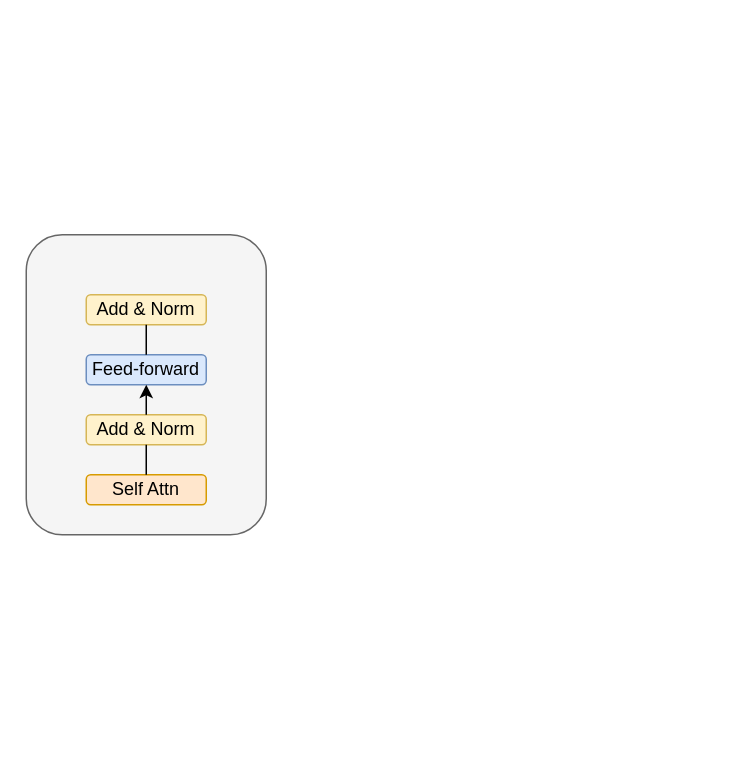
GeiduanLiu/Q-Learning-for-Cartpole-V1 keeps this draw.io diagram as Untitled Diagram.drawio. Above is the earlier version. Source tidied: cells renumbered, new cells numbered last; positions are measured from the earlier drawing's top-left corner, leaving out a move shared by most shapes. Both pictures are drawn from the tidied source at 150%, with x=0, y=0 at pixel (26, 234).
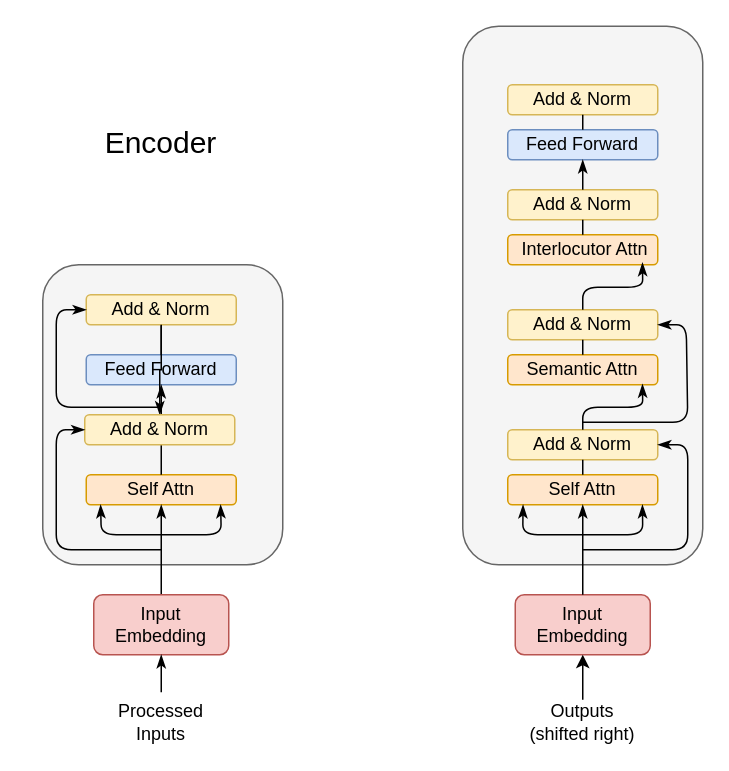
The same diagram, later.

What changed in the source:
```diff
@@
     <mxCell id="2" style="rounded=1;whiteSpace=wrap;html=1;fillColor=#f5f5f5;strokeColor=#666666;fontColor=#333333;" parent="1" vertex="1">
-      <mxGeometry width="160" height="200" as="geometry" />
+      <mxGeometry x="11" y="20" width="160" height="200" as="geometry" />
     </mxCell>
     <mxCell id="3" value="Self Attn" style="rounded=1;whiteSpace=wrap;html=1;fillColor=#ffe6cc;strokeColor=#d79b00;" parent="1" vertex="1">
-      <mxGeometry x="40" y="160" width="80" height="20" as="geometry" />
+      <mxGeometry x="40" y="160" width="100" height="20" as="geometry" />
     </mxCell>
-    <mxCell id="4" value="Add &amp;amp; Norm" style="rounded=1;whiteSpace=wrap;html=1;fillColor=#fff2cc;strokeColor=#d6b656;" parent="1" vertex="1">
-      <mxGeometry x="40" y="120" width="80" height="20" as="geometry" />
-    </mxCell>
-    <mxCell id="5" value="Feed-forward" style="rounded=1;whiteSpace=wrap;html=1;fillColor=#dae8fc;strokeColor=#6c8ebf;" parent="1" vertex="1">
-      <mxGeometry x="40" y="80" width="80" height="20" as="geometry" />
+    <mxCell id="5" value="Feed Forward" style="rounded=1;whiteSpace=wrap;html=1;fillColor=#dae8fc;strokeColor=#6c8ebf;" parent="1" vertex="1">
+      <mxGeometry x="40" y="80" width="100" height="20" as="geometry" />
     </mxCell>
+    <mxCell id="10" style="edgeStyle=orthogonalEdgeStyle;rounded=0;jettySize=auto;html=1;fontSize=12;endArrow=classicThin;endFill=1;strokeWidth=1;" parent="1" edge="1" source="6" target="16">
+      <mxGeometry relative="1" as="geometry" />
+    </mxCell>
     <mxCell id="6" value="Add &amp;amp; Norm" style="rounded=1;whiteSpace=wrap;html=1;fillColor=#fff2cc;strokeColor=#d6b656;" parent="1" vertex="1">
-      <mxGeometry x="40" y="40" width="80" height="20" as="geometry" />
+      <mxGeometry x="40" y="40" width="100" height="20" as="geometry" />
     </mxCell>
-    <mxCell id="7" style="endArrow=none;html=1;exitX=0.5;exitY=0;exitDx=0;exitDy=0;entryX=0.5;entryY=1;entryDx=0;entryDy=0;" parent="1" edge="1" source="3" target="4">
-      <mxGeometry relative="1" as="geometry" />
+    <mxCell id="7" style="endArrow=none;html=1;exitX=0.5;exitY=0;exitDx=0;exitDy=0;entryX=0.5;entryY=1;entryDx=0;entryDy=0;" parent="1" edge="1" source="3">
+      <mxGeometry relative="1" as="geometry">
+        <mxPoint x="90" y="140" as="targetPoint" />
+      </mxGeometry>
     </mxCell>
-    <mxCell id="8" style="endArrow=classic;html=1;exitX=0.5;exitY=0;exitDx=0;exitDy=0;entryX=0.5;entryY=1;entryDx=0;entryDy=0;" parent="1" edge="1" source="4" target="5">
-      <mxGeometry relative="1" as="geometry" />
+    <mxCell id="8" style="endArrow=classicThin;html=1;exitX=0.5;exitY=0;exitDx=0;exitDy=0;entryX=0.5;entryY=1;entryDx=0;entryDy=0;endFill=1;" parent="1" edge="1" target="5">
+      <mxGeometry relative="1" as="geometry">
+        <mxPoint x="90" y="120" as="sourcePoint" />
+      </mxGeometry>
     </mxCell>
@@
+    <mxCell id="11" style="endArrow=classicThin;html=1;strokeWidth=1;entryX=0.5;entryY=1;entryDx=0;entryDy=0;endFill=1;exitX=0.5;exitY=0;exitDx=0;exitDy=0;" parent="1" edge="1" source="12" target="3">
+      <mxGeometry relative="1" as="geometry" />
+    </mxCell>
+    <mxCell id="12" value="Input Embedding" style="rounded=1;whiteSpace=wrap;html=1;fillColor=#f8cecc;strokeColor=#b85450;" parent="1" vertex="1">
+      <mxGeometry x="45" y="240" width="90" height="40" as="geometry" />
+    </mxCell>
+    <mxCell id="13" style="endArrow=classicThin;html=1;strokeWidth=1;entryX=0.5;entryY=1;entryDx=0;entryDy=0;endFill=1;" parent="1" edge="1" target="12">
+      <mxGeometry relative="1" as="geometry">
+        <mxPoint x="90" y="305" as="sourcePoint" />
+      </mxGeometry>
+    </mxCell>
+    <mxCell id="14" value="Processed Inputs" style="text;html=1;strokeColor=none;fillColor=none;align=center;verticalAlign=middle;whiteSpace=wrap;rounded=0;" parent="1" vertex="1">
+      <mxGeometry x="50" y="310" width="80" height="30" as="geometry" />
+    </mxCell>
+    <mxCell id="15" value="Encoder" style="text;html=1;strokeColor=none;fillColor=none;align=center;verticalAlign=middle;whiteSpace=wrap;rounded=0;fontSize=20;" parent="1" vertex="1">
+      <mxGeometry x="65" y="-72" width="50" height="20" as="geometry" />
+    </mxCell>
+    <mxCell id="16" value="Add &amp;amp; Norm" style="rounded=1;whiteSpace=wrap;html=1;fillColor=#fff2cc;strokeColor=#d6b656;" parent="1" vertex="1">
+      <mxGeometry x="39" y="120" width="100" height="20" as="geometry" />
+    </mxCell>
+    <mxCell id="17" style="endArrow=classicThin;html=1;fontSize=12;strokeWidth=1;entryX=0.096;entryY=1;entryDx=0;entryDy=0;entryPerimeter=0;endFill=1;" parent="1" edge="1" target="3">
+      <mxGeometry relative="1" as="geometry">
+        <mxPoint x="90" y="200" as="sourcePoint" />
+        <Array as="points">
+          <mxPoint x="50" y="200" />
+        </Array>
+      </mxGeometry>
+    </mxCell>
+    <mxCell id="18" style="endArrow=classicThin;html=1;fontSize=12;strokeWidth=1;entryX=0.896;entryY=1;entryDx=0;entryDy=0;entryPerimeter=0;endFill=1;" parent="1" edge="1" target="3">
+      <mxGeometry relative="1" as="geometry">
+        <mxPoint x="90" y="200" as="sourcePoint" />
+        <Array as="points">
+          <mxPoint x="130" y="200" />
+        </Array>
+      </mxGeometry>
+    </mxCell>
+    <mxCell id="19" style="endArrow=classicThin;html=1;fontSize=12;strokeWidth=1;entryX=0;entryY=0.5;entryDx=0;entryDy=0;endFill=1;" parent="1" edge="1" target="16">
+      <mxGeometry relative="1" as="geometry">
+        <mxPoint x="90" y="210" as="sourcePoint" />
+        <Array as="points">
+          <mxPoint x="20" y="210" />
+          <mxPoint x="20" y="130" />
+        </Array>
+      </mxGeometry>
+    </mxCell>
+    <mxCell id="20" style="endArrow=classicThin;html=1;fontSize=12;strokeWidth=1;entryX=0;entryY=0.5;entryDx=0;entryDy=0;endFill=1;" parent="1" edge="1" target="6">
+      <mxGeometry relative="1" as="geometry">
+        <mxPoint x="90" y="115" as="sourcePoint" />
+        <Array as="points">
+          <mxPoint x="20" y="115" />
+          <mxPoint x="20" y="50" />
+        </Array>
+      </mxGeometry>
+    </mxCell>
+    <mxCell id="21" style="rounded=1;whiteSpace=wrap;html=1;fillColor=#f5f5f5;strokeColor=#666666;fontColor=#333333;" parent="1" vertex="1">
+      <mxGeometry x="291" y="-139" width="160" height="359" as="geometry" />
+    </mxCell>
+    <mxCell id="22" value="Self Attn" style="rounded=1;whiteSpace=wrap;html=1;fillColor=#ffe6cc;strokeColor=#d79b00;" parent="1" vertex="1">
+      <mxGeometry x="321" y="160" width="100" height="20" as="geometry" />
+    </mxCell>
+    <mxCell id="23" value="Add &amp;amp; Norm" style="rounded=1;whiteSpace=wrap;html=1;fillColor=#fff2cc;strokeColor=#d6b656;" parent="1" vertex="1">
+      <mxGeometry x="321" y="130" width="100" height="20" as="geometry" />
+    </mxCell>
+    <mxCell id="24" value="Semantic Attn" style="rounded=1;whiteSpace=wrap;html=1;fillColor=#ffe6cc;strokeColor=#d79b00;" parent="1" vertex="1">
+      <mxGeometry x="321" y="80" width="100" height="20" as="geometry" />
+    </mxCell>
+    <mxCell id="25" value="Add &amp;amp; Norm" style="rounded=1;whiteSpace=wrap;html=1;fillColor=#fff2cc;strokeColor=#d6b656;" parent="1" vertex="1">
+      <mxGeometry x="321" y="50" width="100" height="20" as="geometry" />
+    </mxCell>
+    <mxCell id="26" value="&amp;nbsp;Interlocutor Attn" style="rounded=1;whiteSpace=wrap;html=1;fillColor=#ffe6cc;strokeColor=#d79b00;" parent="1" vertex="1">
+      <mxGeometry x="321" width="100" height="20" as="geometry" />
+    </mxCell>
+    <mxCell id="27" value="Add &amp;amp; Norm" style="rounded=1;whiteSpace=wrap;html=1;fillColor=#fff2cc;strokeColor=#d6b656;" parent="1" vertex="1">
+      <mxGeometry x="321" y="-30" width="100" height="20" as="geometry" />
+    </mxCell>
+    <mxCell id="28" value="Feed Forward" style="rounded=1;whiteSpace=wrap;html=1;fillColor=#dae8fc;strokeColor=#6c8ebf;" parent="1" vertex="1">
+      <mxGeometry x="321" y="-70" width="100" height="20" as="geometry" />
+    </mxCell>
+    <mxCell id="29" value="Add &amp;amp; Norm" style="rounded=1;whiteSpace=wrap;html=1;fillColor=#fff2cc;strokeColor=#d6b656;" parent="1" vertex="1">
+      <mxGeometry x="321" y="-100" width="100" height="20" as="geometry" />
+    </mxCell>
+    <mxCell id="30" style="endArrow=none;html=1;fontSize=12;strokeWidth=1;exitX=0.5;exitY=0;exitDx=0;exitDy=0;entryX=0.5;entryY=1;entryDx=0;entryDy=0;" parent="1" edge="1" source="22" target="23">
+      <mxGeometry relative="1" as="geometry" />
+    </mxCell>
+    <mxCell id="31" style="endArrow=none;html=1;fontSize=12;strokeWidth=1;exitX=0.5;exitY=0;exitDx=0;exitDy=0;entryX=0.5;entryY=1;entryDx=0;entryDy=0;" parent="1" edge="1" source="24" target="25">
+      <mxGeometry relative="1" as="geometry" />
+    </mxCell>
+    <mxCell id="32" style="endArrow=none;html=1;fontSize=12;strokeWidth=1;exitX=0.5;exitY=0;exitDx=0;exitDy=0;entryX=0.5;entryY=1;entryDx=0;entryDy=0;" parent="1" edge="1" source="26" target="27">
+      <mxGeometry relative="1" as="geometry" />
+    </mxCell>
+    <mxCell id="33" style="endArrow=none;html=1;fontSize=12;strokeWidth=1;exitX=0.5;exitY=0;exitDx=0;exitDy=0;entryX=0.5;entryY=1;entryDx=0;entryDy=0;" parent="1" edge="1" source="28" target="29">
+      <mxGeometry relative="1" as="geometry" />
+    </mxCell>
+    <mxCell id="34" style="endArrow=classicThin;html=1;fontSize=12;strokeWidth=1;exitX=0.5;exitY=0;exitDx=0;exitDy=0;entryX=0.898;entryY=0.93;entryDx=0;entryDy=0;endFill=1;entryPerimeter=0;" parent="1" edge="1" source="25" target="26">
+      <mxGeometry relative="1" as="geometry">
+        <Array as="points">
+          <mxPoint x="371" y="35" />
+          <mxPoint x="411" y="35" />
+        </Array>
+      </mxGeometry>
+    </mxCell>
+    <mxCell id="35" style="endArrow=classicThin;html=1;fontSize=12;strokeWidth=1;exitX=0.5;exitY=0;exitDx=0;exitDy=0;entryX=0.5;entryY=1;entryDx=0;entryDy=0;endFill=1;" parent="1" edge="1" source="27" target="28">
+      <mxGeometry relative="1" as="geometry" />
+    </mxCell>
+    <mxCell id="36" value="Input Embedding" style="rounded=1;whiteSpace=wrap;html=1;fillColor=#f8cecc;strokeColor=#b85450;" parent="1" vertex="1">
+      <mxGeometry x="326" y="240" width="90" height="40" as="geometry" />
+    </mxCell>
+    <mxCell id="37" value="Outputs (shifted right)" style="text;html=1;strokeColor=none;fillColor=none;align=center;verticalAlign=middle;whiteSpace=wrap;rounded=0;" parent="1" vertex="1">
+      <mxGeometry x="331" y="310" width="80" height="30" as="geometry" />
+    </mxCell>
+    <mxCell id="38" style="endArrow=classic;html=1;fontSize=12;strokeWidth=1;exitX=0.5;exitY=0;exitDx=0;exitDy=0;entryX=0.5;entryY=1;entryDx=0;entryDy=0;" parent="1" edge="1" source="37" target="36">
+      <mxGeometry relative="1" as="geometry" />
+    </mxCell>
+    <mxCell id="39" style="endArrow=classicThin;html=1;fontSize=12;strokeWidth=1;exitX=0.5;exitY=0;exitDx=0;exitDy=0;entryX=0.5;entryY=1;entryDx=0;entryDy=0;endFill=1;" parent="1" edge="1" source="36" target="22">
+      <mxGeometry relative="1" as="geometry" />
+    </mxCell>
+    <mxCell id="40" style="endArrow=classicThin;html=1;fontSize=12;strokeWidth=1;entryX=0.102;entryY=1;entryDx=0;entryDy=0;entryPerimeter=0;endFill=1;" parent="1" edge="1" target="22">
+      <mxGeometry relative="1" as="geometry">
+        <mxPoint x="371" y="200" as="sourcePoint" />
+        <Array as="points">
+          <mxPoint x="331" y="200" />
+        </Array>
+      </mxGeometry>
+    </mxCell>
+    <mxCell id="41" style="endArrow=classicThin;html=1;fontSize=12;strokeWidth=1;entryX=0.898;entryY=1;entryDx=0;entryDy=0;entryPerimeter=0;endFill=1;" parent="1" edge="1" target="22">
+      <mxGeometry relative="1" as="geometry">
+        <mxPoint x="371" y="200" as="sourcePoint" />
+        <Array as="points">
+          <mxPoint x="411" y="200" />
+        </Array>
+      </mxGeometry>
+    </mxCell>
+    <mxCell id="42" style="endArrow=classicThin;html=1;fontSize=12;strokeWidth=1;entryX=1;entryY=0.5;entryDx=0;entryDy=0;endFill=1;" parent="1" edge="1" target="23">
+      <mxGeometry relative="1" as="geometry">
+        <mxPoint x="371" y="210" as="sourcePoint" />
+        <Array as="points">
+          <mxPoint x="441" y="210" />
+          <mxPoint x="441" y="140" />
+        </Array>
+      </mxGeometry>
+    </mxCell>
+    <mxCell id="43" style="endArrow=classicThin;html=1;fontSize=12;strokeWidth=1;exitX=0.5;exitY=0;exitDx=0;exitDy=0;entryX=0.898;entryY=0.98;entryDx=0;entryDy=0;entryPerimeter=0;endFill=1;" parent="1" edge="1" source="23" target="24">
+      <mxGeometry relative="1" as="geometry">
+        <Array as="points">
+          <mxPoint x="371" y="115" />
+          <mxPoint x="411" y="115" />
+        </Array>
+      </mxGeometry>
+    </mxCell>
+    <mxCell id="44" style="endArrow=classicThin;html=1;fontSize=12;strokeWidth=1;entryX=1;entryY=0.5;entryDx=0;entryDy=0;endFill=1;" parent="1" edge="1" target="25">
+      <mxGeometry relative="1" as="geometry">
+        <mxPoint x="371" y="125" as="sourcePoint" />
+        <Array as="points">
+          <mxPoint x="441" y="125" />
+          <mxPoint x="440" y="60" />
+        </Array>
+      </mxGeometry>
+    </mxCell>
```
